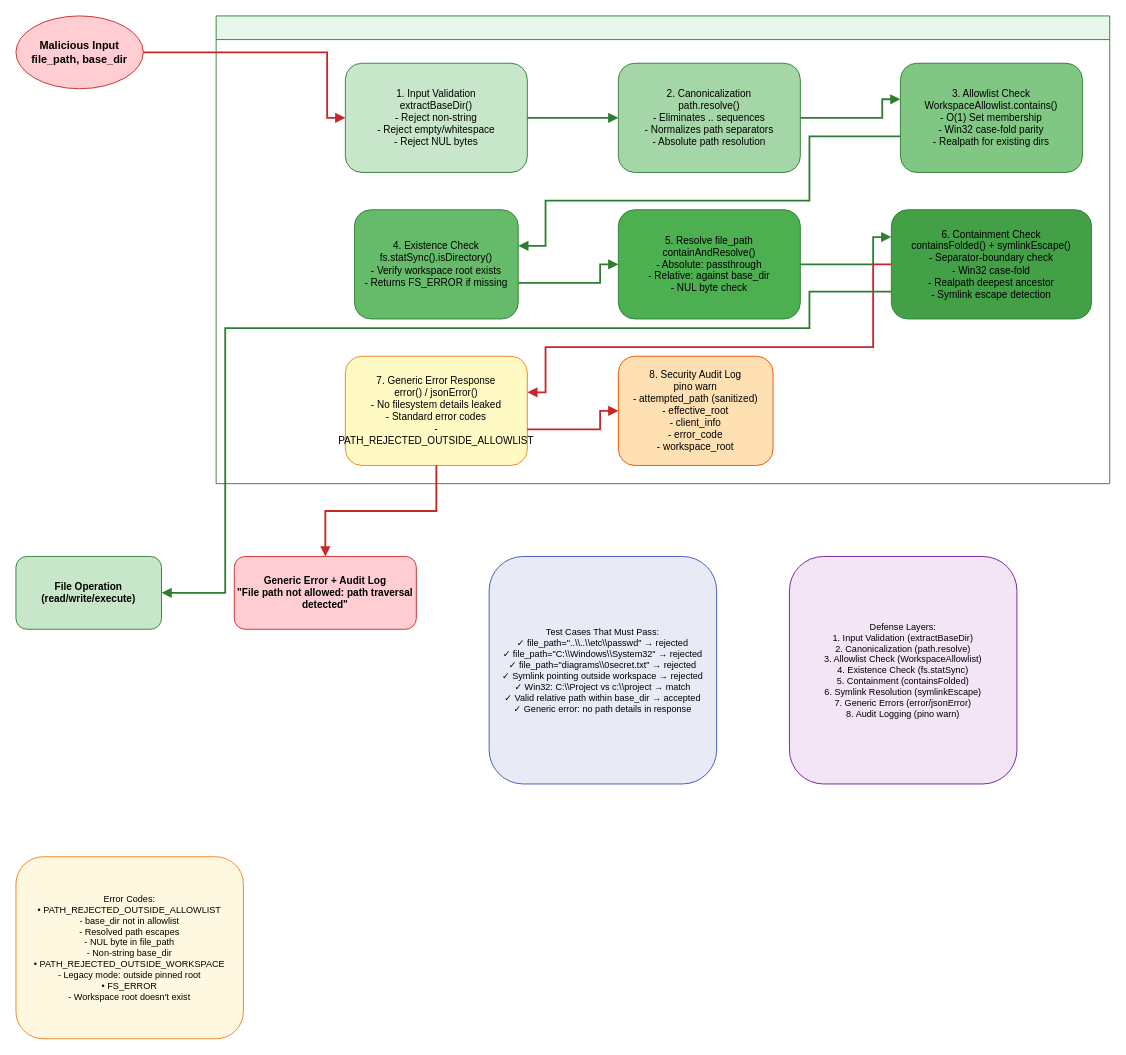
dnguyenminh/SDLC-Agents-4-Enteprise keeps this draw.io diagram as documents/SA4E-406/diagrams/security.drawio. Above is the earlier version. Source tidied: cells renumbered, new cells numbered last; positions are measured from the earlier drawing's top-left corner, leaving out a move shared by most shapes. Both pictures are drawn from the tidied source at 91%, with x=0, y=0 at pixel (15, 15).
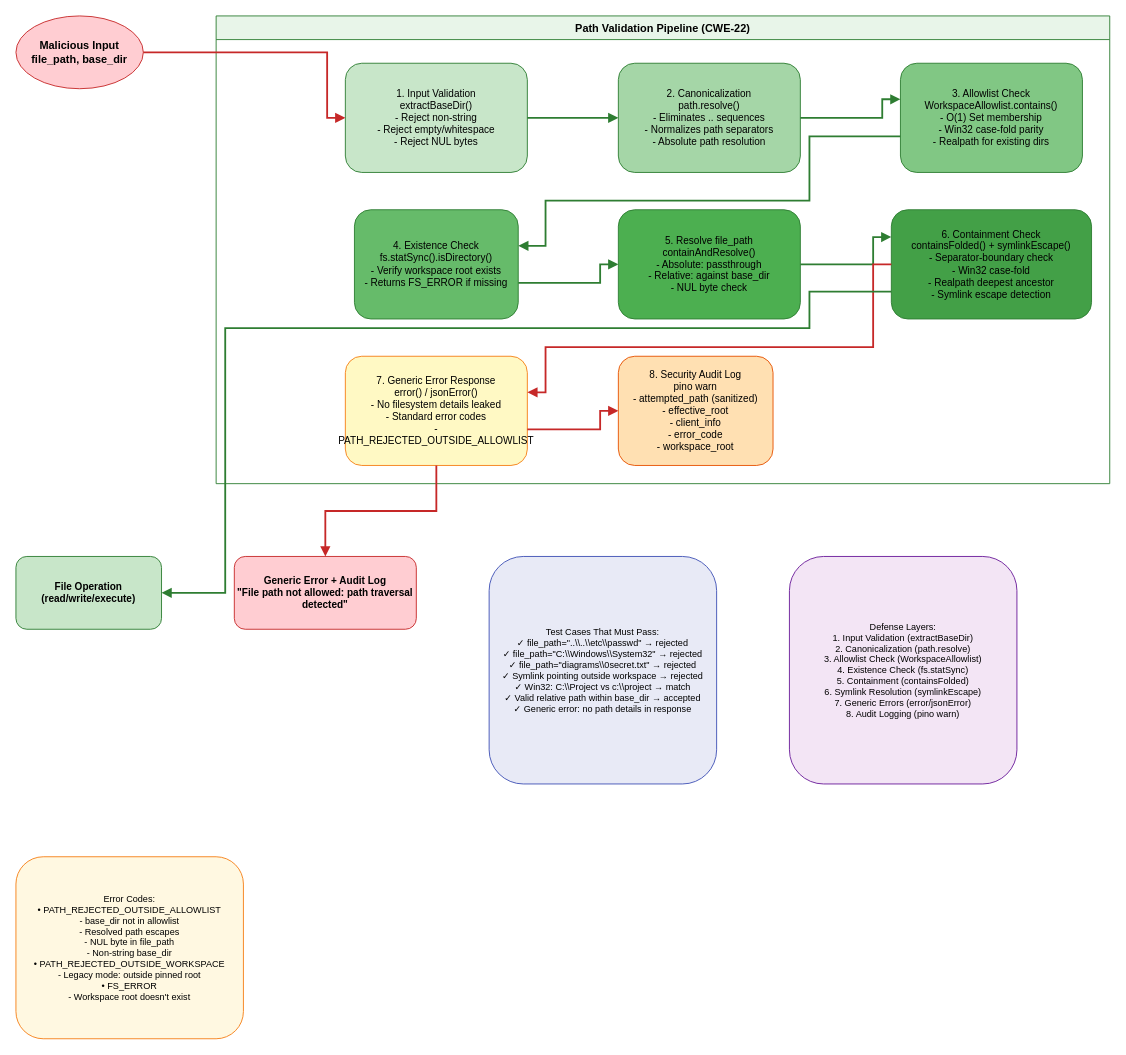
The same diagram, later.

Change to the diagram source:
```diff
@@
-    <mxCell id="3" style="swimlane;fontStyle=1;horizontal=1;startSize=26;fillColor=#e8f5e9;strokeColor=#2e7d32;" parent="1" vertex="1">
+    <mxCell id="3" value="Path Validation Pipeline (CWE-22)" style="swimlane;fontStyle=1;horizontal=1;startSize=26;fillColor=#e8f5e9;strokeColor=#2e7d32;" parent="1" vertex="1">
       <mxGeometry x="220" width="982" height="514" as="geometry" />
     </mxCell>
```
